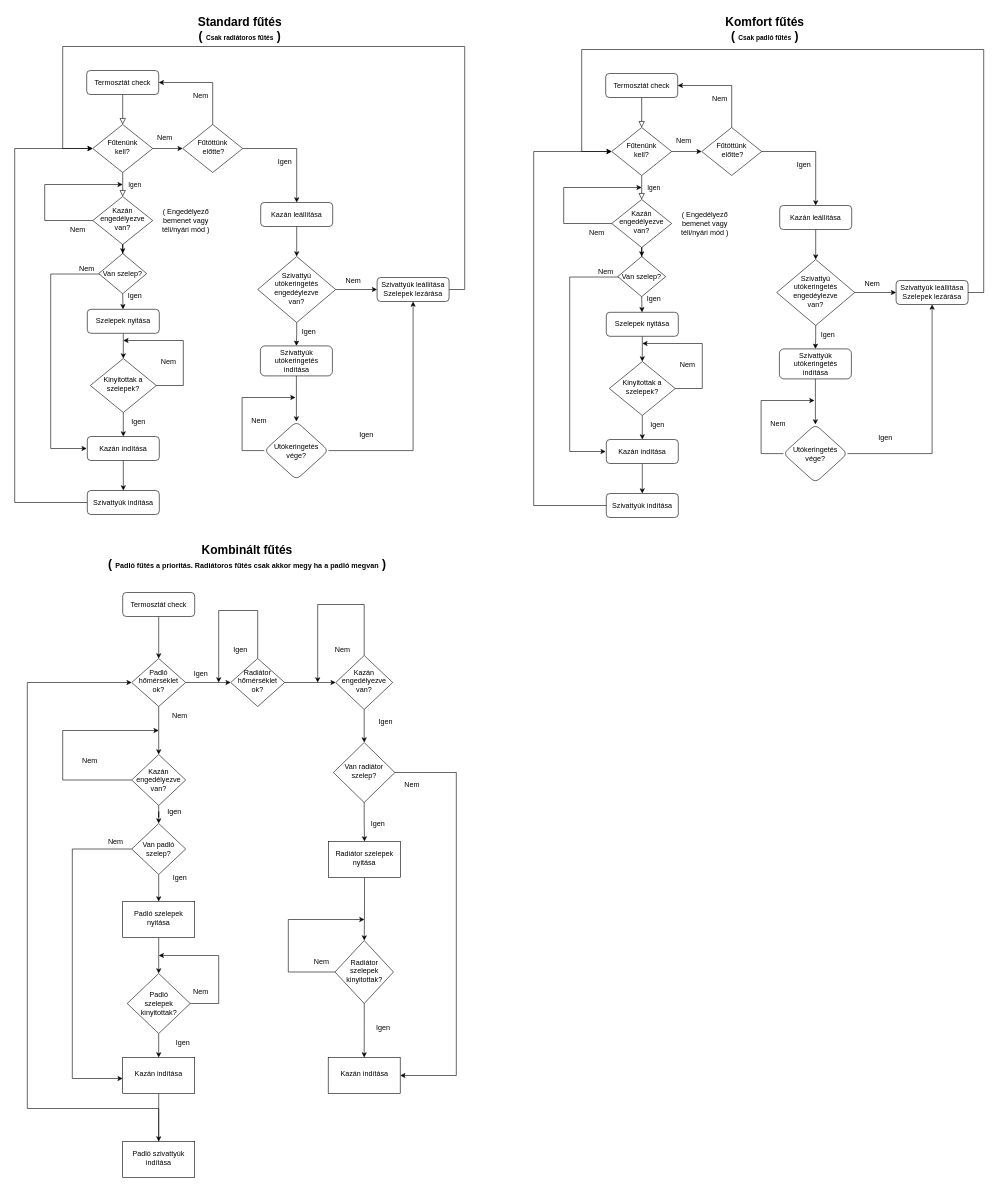
The draw.io diagram Megnevezetlen diagram.drawio in zekageri/DrawIO, before the edit. Source tidied: cells renumbered, new cells numbered last; positions are measured from the earlier drawing's top-left corner, leaving out a move shared by most shapes. Both pictures are drawn from the tidied source at 60%, with x=0, y=0 at pixel (14, 10).
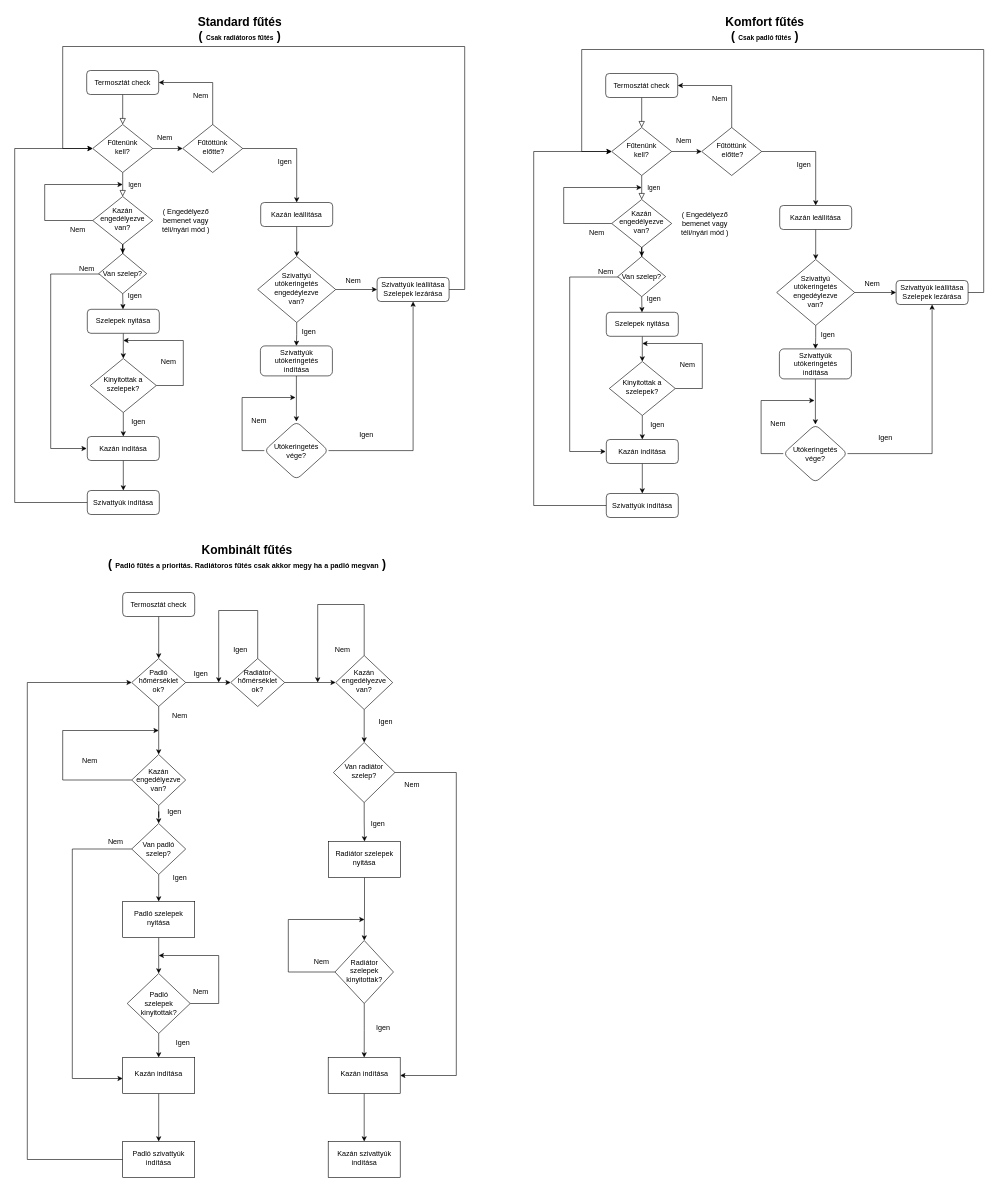
Above is the later version.

The change refers to these unchanged cells:
```xml
<mxCell id="46" value="Padló hőmérséklet ok?" style="rhombus;whiteSpace=wrap;html=1;shadow=0;fontFamily=Helvetica;fontSize=12;align=center;strokeWidth=1;spacing=6;spacingTop=-4;" parent="1" vertex="1">
  <mxGeometry x="195" y="1080" width="90" height="80" as="geometry" />
</mxCell>
<mxCell id="56" value="Padló szivattyúk indítása" style="whiteSpace=wrap;html=1;shadow=0;strokeWidth=1;spacing=6;spacingTop=-4;" parent="1" vertex="1">
  <mxGeometry x="180" y="1885" width="120" height="60" as="geometry" />
</mxCell>
<mxCell id="145" value="Kazán indítása" style="whiteSpace=wrap;html=1;shadow=0;strokeWidth=1;spacing=6;spacingTop=-4;" parent="1" vertex="1">
  <mxGeometry x="522.5" y="1745" width="120" height="60" as="geometry" />
</mxCell>
```

What changed in the source:
```diff
@@
     <mxCell id="55" style="edgeStyle=orthogonalEdgeStyle;rounded=0;jettySize=auto;html=1;entryX=0;entryY=0.5;entryDx=0;entryDy=0;" parent="1" edge="1" source="56" target="46">
       <mxGeometry relative="1" as="geometry">
         <Array as="points">
-          <mxPoint x="21" y="1830" />
+          <mxPoint x="21" y="1915" />
           <mxPoint x="21" y="1120" />
         </Array>
       </mxGeometry>
     </mxCell>
@@
+    <mxCell id="151" style="edgeStyle=orthogonalEdgeStyle;rounded=0;jettySize=auto;html=1;" parent="1" edge="1" source="145" target="152">
+      <mxGeometry relative="1" as="geometry" />
+    </mxCell>
@@
+    <mxCell id="152" value="Kazán szivattyúk indítása" style="whiteSpace=wrap;html=1;shadow=0;strokeWidth=1;spacing=6;spacingTop=-4;" parent="1" vertex="1">
+      <mxGeometry x="522.5" y="1885" width="120" height="60" as="geometry" />
+    </mxCell>
```
